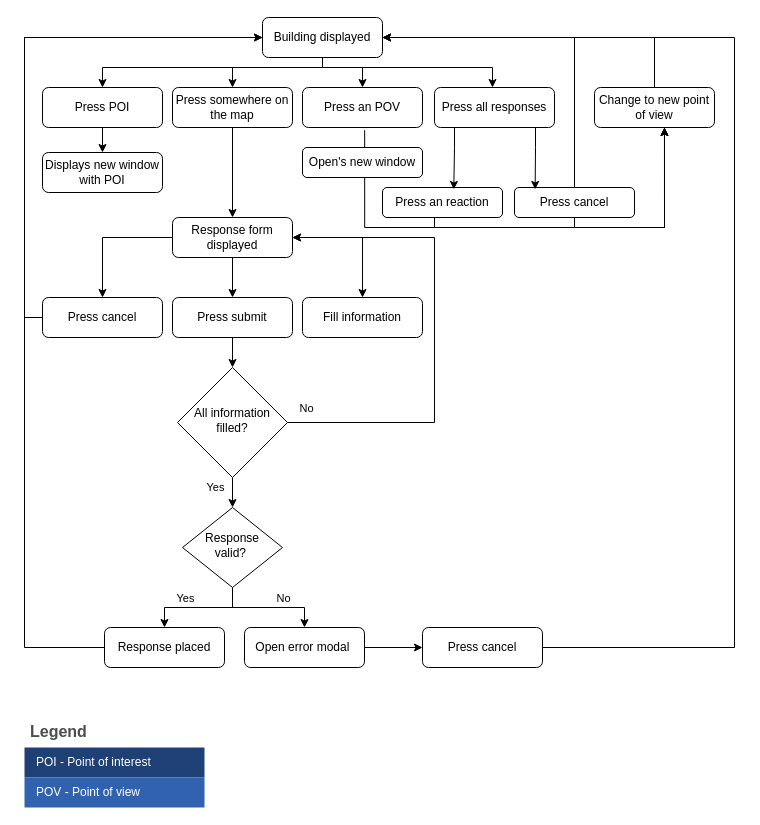
This is Concept/ActivityDiagram-enduser.drawio from semnijenhuis/3D-ArcGisProject, a draw.io file, before an edit. Source tidied: cells renumbered, new cells numbered last; positions are measured from the earlier drawing's top-left corner, leaving out a move shared by most shapes. Both pictures are drawn from the tidied source at 100%, with x=0, y=0 at pixel (24, 17).
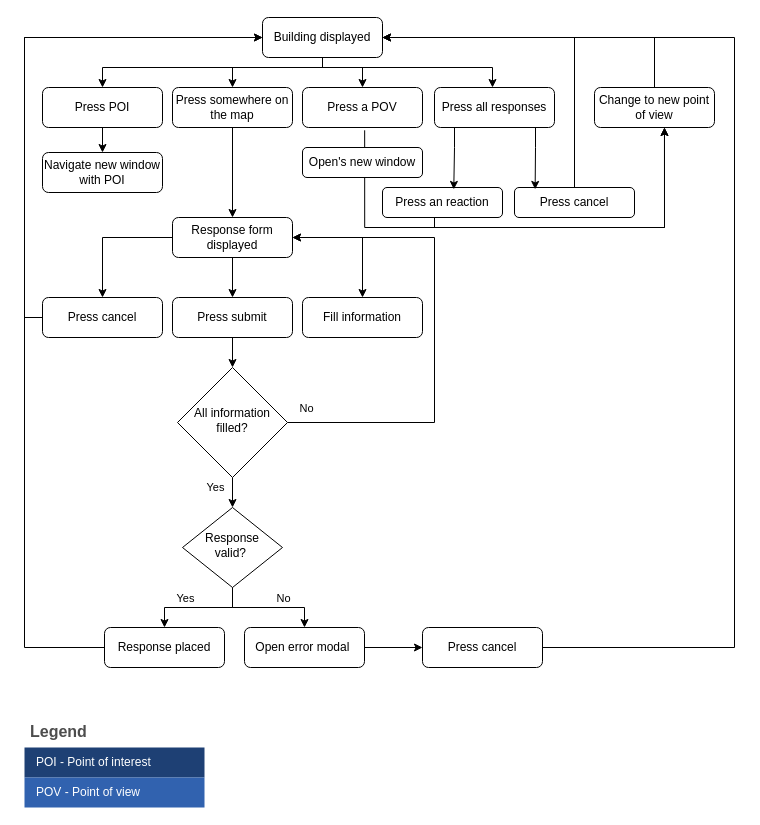
The same page after the edit.

The change refers to these unchanged cells:
```xml
<mxCell id="46" value="Press cancel" style="rounded=1;whiteSpace=wrap;html=1;fontSize=12;glass=0;strokeWidth=1;shadow=0;" parent="1" vertex="1">
  <mxGeometry x="490" y="170" width="120" height="30" as="geometry" />
</mxCell>
```

Change to the diagram source:
```diff
@@
-    <mxCell id="32" value="Press an POV" style="rounded=1;whiteSpace=wrap;html=1;fontSize=12;glass=0;strokeWidth=1;shadow=0;" parent="1" vertex="1">
+    <mxCell id="32" value="Press a POV" style="rounded=1;whiteSpace=wrap;html=1;fontSize=12;glass=0;strokeWidth=1;shadow=0;" parent="1" vertex="1">
       <mxGeometry x="278" y="70" width="120" height="40" as="geometry" />
     </mxCell>
@@
-    <mxCell id="43" value="Displays new window with POI" style="rounded=1;whiteSpace=wrap;html=1;fontSize=12;glass=0;strokeWidth=1;shadow=0;" parent="1" vertex="1">
+    <mxCell id="43" value="Navigate new window with POI" style="rounded=1;whiteSpace=wrap;html=1;fontSize=12;glass=0;strokeWidth=1;shadow=0;" parent="1" vertex="1">
       <mxGeometry x="18" y="135" width="120" height="40" as="geometry" />
     </mxCell>
@@
-    <mxCell id="45" style="edgeStyle=orthogonalEdgeStyle;rounded=0;jettySize=auto;html=1;" parent="1" edge="1" source="46">
-      <mxGeometry relative="1" as="geometry">
-        <mxPoint x="640" y="110" as="targetPoint" />
-        <Array as="points">
-          <mxPoint x="550" y="210" />
-          <mxPoint x="640" y="210" />
-        </Array>
-      </mxGeometry>
-    </mxCell>
```
